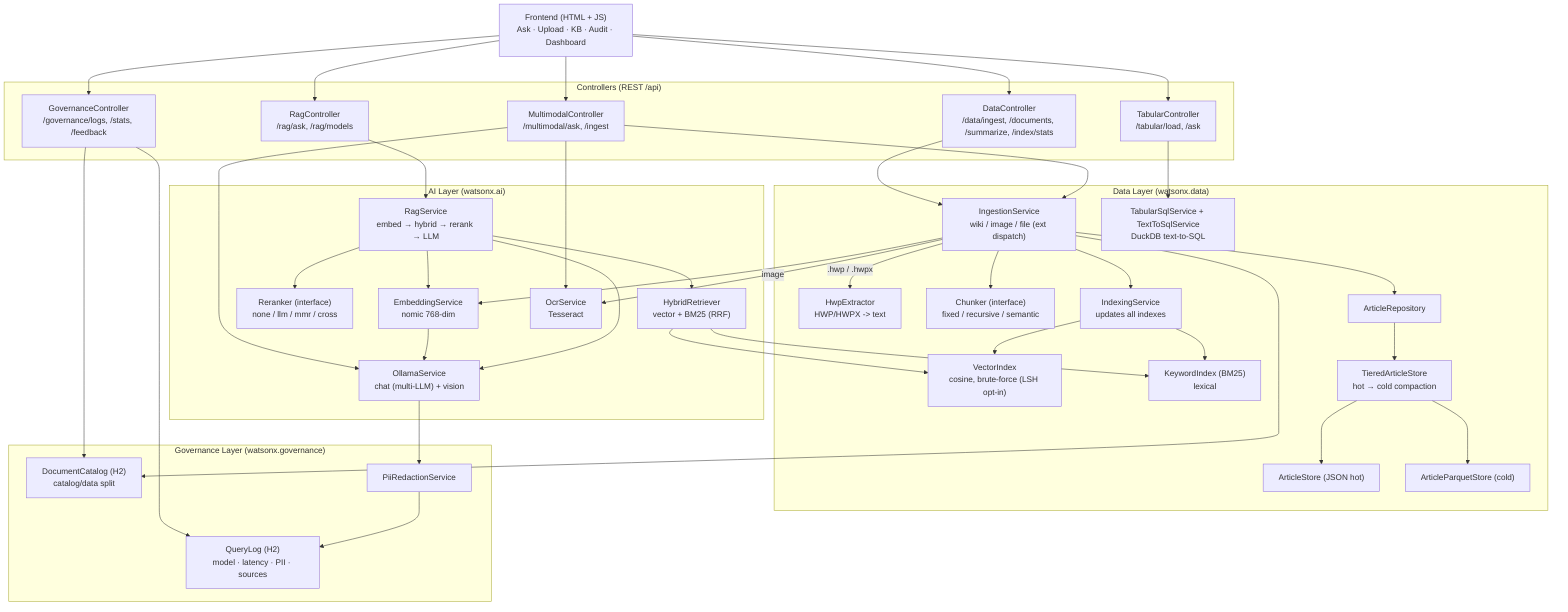
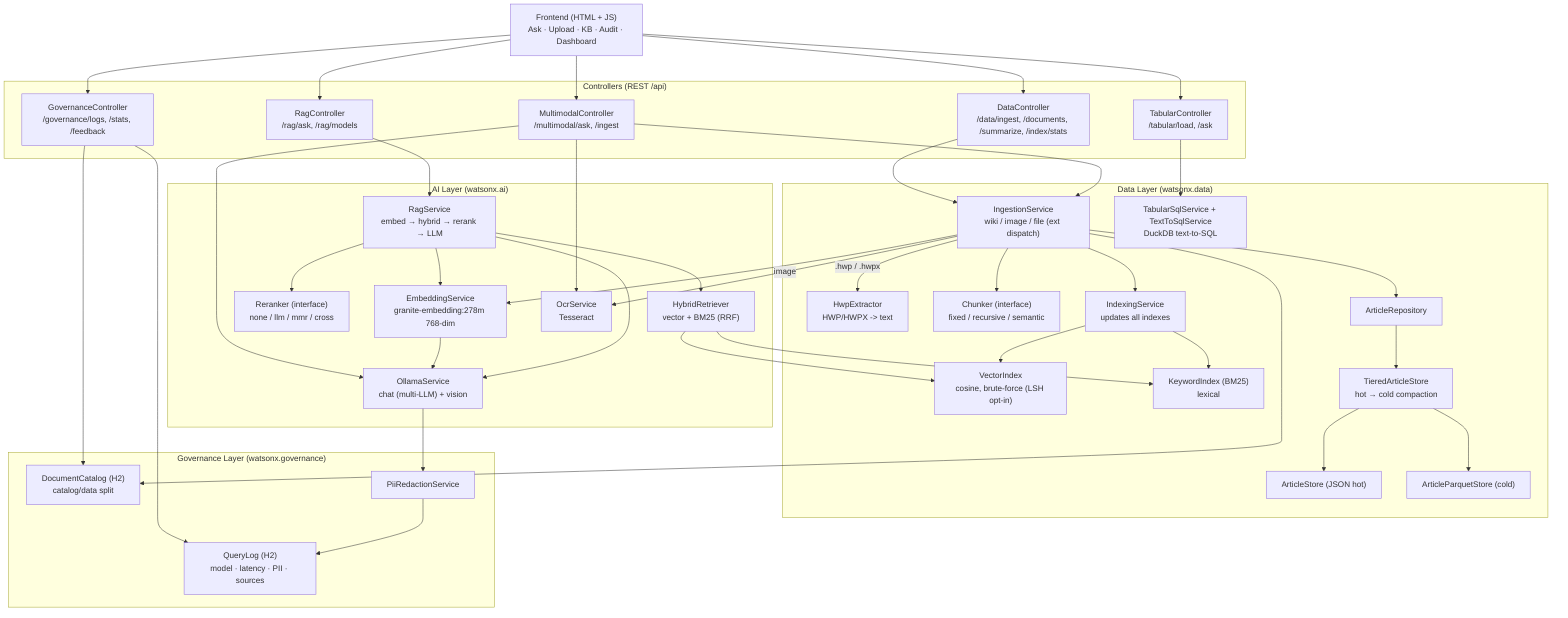
%% MiniWatson — Component Architecture
flowchart TB
    UI["Frontend (HTML + JS)<br/>Ask · Upload · KB · Audit · Dashboard"]

    subgraph CTRL["Controllers (REST /api)"]
        RC["RagController<br/>/rag/ask, /rag/models"]
        DC["DataController<br/>/data/ingest, /documents, /summarize, /index/stats"]
        MC["MultimodalController<br/>/multimodal/ask, /ingest"]
        GC["GovernanceController<br/>/governance/logs, /stats, /feedback"]
        TC["TabularController<br/>/tabular/load, /ask"]
    end

    subgraph AI["AI Layer (watsonx.ai)"]
        RAG["RagService<br/>embed → hybrid → rerank → LLM"]
        HR["HybridRetriever<br/>vector + BM25 (RRF)"]
        RR["Reranker (interface)<br/>none / llm / mmr / cross"]
-         EMB["EmbeddingService<br/>nomic 768-dim"]
+         EMB["EmbeddingService<br/>granite-embedding:278m 768-dim"]
        OLL["OllamaService<br/>chat (multi-LLM) + vision"]
        OCR["OcrService<br/>Tesseract"]
    end

    subgraph DATA["Data Layer (watsonx.data)"]
        ING["IngestionService<br/>wiki / image / file (ext dispatch)"]
        HWP["HwpExtractor<br/>HWP/HWPX -> text"]
        CHK["Chunker (interface)<br/>fixed / recursive / semantic"]
        IDX["IndexingService<br/>updates all indexes"]
        VEC["VectorIndex<br/>cosine, brute-force (LSH opt-in)"]
        KW["KeywordIndex (BM25)<br/>lexical"]
        REPO["ArticleRepository"]
        HOT["ArticleStore (JSON hot)"]
        COLD["ArticleParquetStore (cold)"]
        TIER["TieredArticleStore<br/>hot → cold compaction"]
        SQL["TabularSqlService + TextToSqlService<br/>DuckDB text-to-SQL"]
    end

    subgraph GOV["Governance Layer (watsonx.governance)"]
        QLOG["QueryLog (H2)<br/>model · latency · PII · sources"]
        CAT["DocumentCatalog (H2)<br/>catalog/data split"]
        PII["PiiRedactionService"]
    end

    UI --> RC & DC & MC & GC & TC
    RC --> RAG
    TC --> SQL
    DC --> ING
    MC --> OLL & OCR & ING
    GC --> QLOG & CAT

    RAG --> EMB --> OLL
    RAG --> HR --> VEC & KW
    RAG --> RR
    RAG --> OLL
    OLL --> PII --> QLOG

    ING -->|".hwp / .hwpx"| HWP
    ING -->|"image"| OCR
    ING --> CHK
    ING --> EMB
    ING --> IDX --> VEC & KW
    ING --> REPO
    ING --> CAT

    REPO --> TIER --> HOT & COLD
